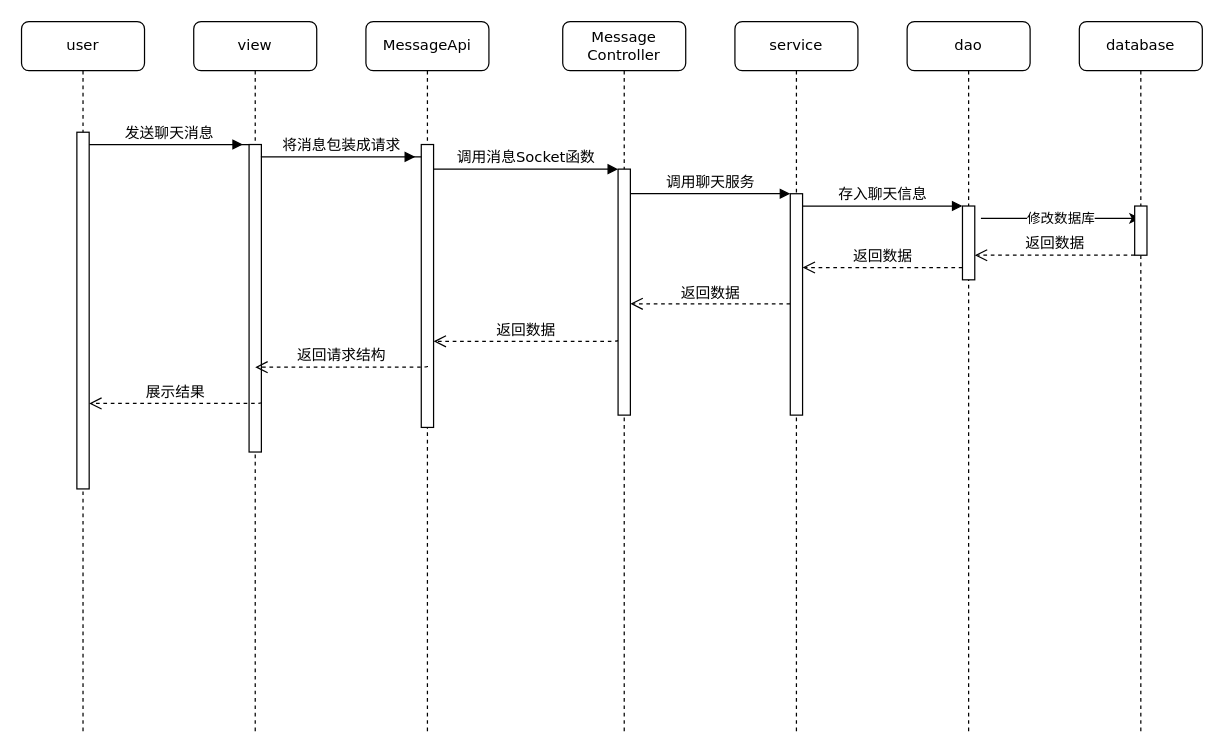
Before: 毕业设计CQUPT/聊天时序图.drawio in myjdml/drowio, a draw.io diagram. Source tidied: cells renumbered, new cells numbered last; positions are measured from the earlier drawing's top-left corner, leaving out a move shared by most shapes. Both pictures are drawn from the tidied source at 123%, with x=0, y=0 at pixel (21, 21).
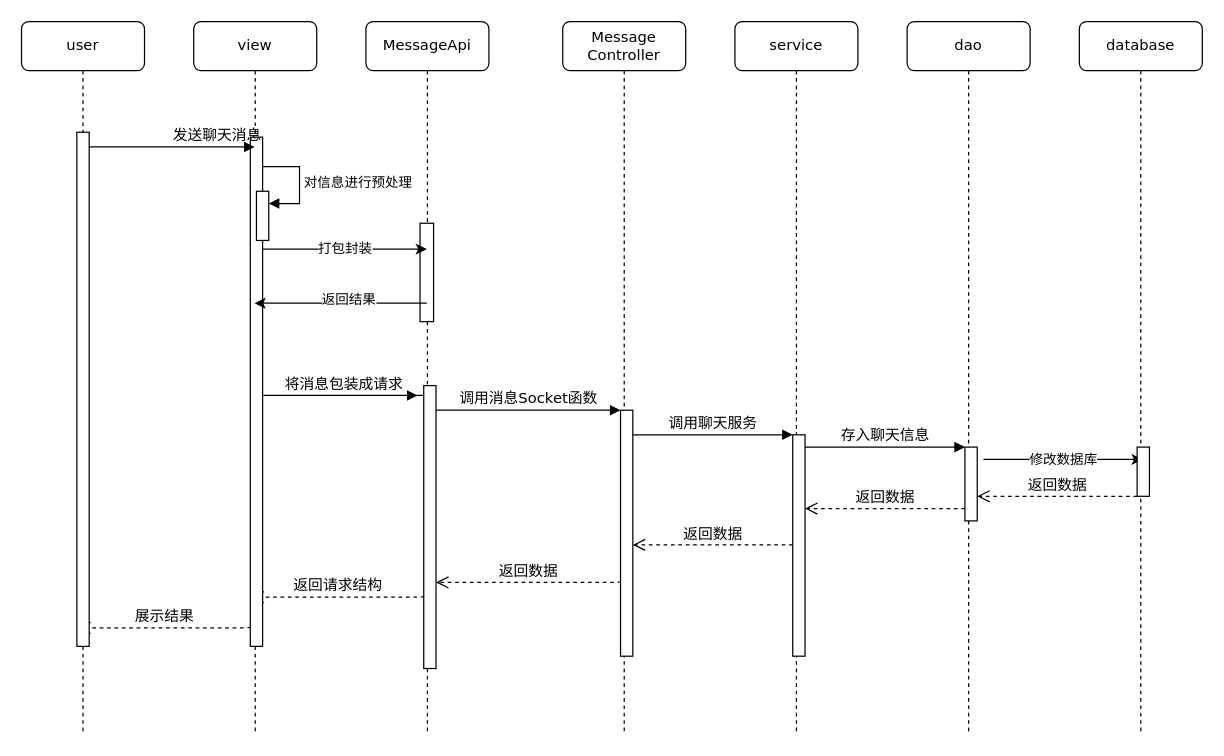
The same diagram, later.

Commit message:
更新聊天时序图.drawio

The change refers to these unchanged cells:
```xml
<mxCell id="2" value="MessageApi" style="shape=umlLifeline;perimeter=lifelinePerimeter;whiteSpace=wrap;html=1;outlineConnect=0;rounded=1;shadow=0;comic=0;labelBackgroundColor=none;strokeWidth=1;fontFamily=Verdana;fontSize=12;align=center;" parent="1" vertex="1">
  <mxGeometry x="280" width="100" height="580" as="geometry" />
</mxCell>
<mxCell id="5" value="Message&lt;br&gt;Controller" style="shape=umlLifeline;perimeter=lifelinePerimeter;whiteSpace=wrap;html=1;rounded=1;shadow=0;comic=0;labelBackgroundColor=none;strokeWidth=1;fontFamily=Verdana;fontSize=12;align=center;" parent="1" vertex="1">
  <mxGeometry x="440" width="100" height="580" as="geometry" />
</mxCell>
<mxCell id="8" value="service" style="shape=umlLifeline;perimeter=lifelinePerimeter;whiteSpace=wrap;html=1;rounded=1;shadow=0;comic=0;labelBackgroundColor=none;strokeWidth=1;fontFamily=Verdana;fontSize=12;align=center;" parent="1" vertex="1">
  <mxGeometry x="580" width="100" height="580" as="geometry" />
</mxCell>
<mxCell id="10" value="dao" style="shape=umlLifeline;perimeter=lifelinePerimeter;whiteSpace=wrap;html=1;rounded=1;shadow=0;comic=0;labelBackgroundColor=none;strokeWidth=1;fontFamily=Verdana;fontSize=12;align=center;" parent="1" vertex="1">
  <mxGeometry x="720" width="100" height="580" as="geometry" />
</mxCell>
<mxCell id="13" value="database" style="shape=umlLifeline;perimeter=lifelinePerimeter;whiteSpace=wrap;html=1;outlineConnect=0;rounded=1;shadow=0;comic=0;labelBackgroundColor=none;strokeWidth=1;fontFamily=Verdana;fontSize=12;align=center;" parent="1" vertex="1">
  <mxGeometry x="860" width="100" height="580" as="geometry" />
</mxCell>
<mxCell id="15" value="view" style="shape=umlLifeline;perimeter=lifelinePerimeter;whiteSpace=wrap;html=1;outlineConnect=0;rounded=1;shadow=0;comic=0;labelBackgroundColor=none;strokeWidth=1;fontFamily=Verdana;fontSize=12;align=center;" parent="1" vertex="1">
  <mxGeometry x="140" width="100" height="580" as="geometry" />
</mxCell>
<mxCell id="25" value="user" style="shape=umlLifeline;perimeter=lifelinePerimeter;whiteSpace=wrap;html=1;outlineConnect=0;rounded=1;shadow=0;comic=0;labelBackgroundColor=none;strokeWidth=1;fontFamily=Verdana;fontSize=12;align=center;" parent="1" vertex="1">
  <mxGeometry width="100" height="580" as="geometry" />
</mxCell>
```

Change to the diagram source:
```diff
@@
     <mxCell id="3" style="html=1;points=[];perimeter=orthogonalPerimeter;rounded=0;shadow=0;comic=0;labelBackgroundColor=none;strokeWidth=1;fontFamily=Verdana;fontSize=12;align=center;" parent="2" vertex="1">
-      <mxGeometry x="45" y="100" width="10" height="230" as="geometry" />
+      <mxGeometry x="47" y="296" width="10" height="230" as="geometry" />
     </mxCell>
     <mxCell id="4" value="返回数据" style="html=1;verticalAlign=bottom;endArrow=open;dashed=1;endSize=8;labelBackgroundColor=none;fontFamily=Verdana;fontSize=12;edgeStyle=elbowEdgeStyle;elbow=vertical;exitX=0;exitY=0.695;exitDx=0;exitDy=0;exitPerimeter=0;" parent="2" edge="1" source="6">
       <mxGeometry relative="1" as="geometry">
-        <mxPoint x="55" y="260" as="targetPoint" />
+        <mxPoint x="57" y="456" as="targetPoint" />
         <Array as="points">
-          <mxPoint x="160" y="260" />
+          <mxPoint x="162" y="456" />
         </Array>
       </mxGeometry>
     </mxCell>
+    <mxCell id="17" value="将消息包装成请求" style="html=1;verticalAlign=bottom;endArrow=block;labelBackgroundColor=none;fontFamily=Verdana;fontSize=12;edgeStyle=elbowEdgeStyle;elbow=vertical;" parent="2" edge="1">
+      <mxGeometry x="0.55" relative="1" as="geometry">
+        <mxPoint x="47" y="304" as="sourcePoint" />
+        <mxPoint x="42" y="304" as="targetPoint" />
+        <Array as="points">
+          <mxPoint x="-88" y="304" />
+        </Array>
+      </mxGeometry>
+    </mxCell>
+    <mxCell id="28" style="html=1;perimeter=orthogonalPerimeter;targetShapes=umlLifeline;newEdgeStyle={&quot;edgeStyle&quot;:&quot;elbowEdgeStyle&quot;,&quot;elbow&quot;:&quot;vertical&quot;,&quot;curved&quot;:0,&quot;rounded&quot;:0};" parent="2" vertex="1">
+      <mxGeometry x="44" y="164" width="11" height="80" as="geometry" />
+    </mxCell>
+    <mxCell id="18" value="返回请求结构" style="html=1;verticalAlign=bottom;endArrow=open;dashed=1;endSize=8;labelBackgroundColor=none;fontFamily=Verdana;fontSize=12;edgeStyle=elbowEdgeStyle;elbow=vertical;exitX=0;exitY=0.695;exitDx=0;exitDy=0;exitPerimeter=0;" parent="2" edge="1">
+      <mxGeometry relative="1" as="geometry">
+        <mxPoint x="47" y="467" as="sourcePoint" />
+        <mxPoint x="-93" y="468" as="targetPoint" />
+        <Array as="points">
+          <mxPoint x="2" y="468" />
+        </Array>
+      </mxGeometry>
+    </mxCell>
@@
     <mxCell id="6" style="html=1;points=[];perimeter=orthogonalPerimeter;rounded=0;shadow=0;comic=0;labelBackgroundColor=none;strokeWidth=1;fontFamily=Verdana;fontSize=12;align=center;" parent="5" vertex="1">
-      <mxGeometry x="45" y="120" width="10" height="200" as="geometry" />
+      <mxGeometry x="47" y="316" width="10" height="200" as="geometry" />
     </mxCell>
     <mxCell id="7" value="返回数据" style="html=1;verticalAlign=bottom;endArrow=open;dashed=1;endSize=8;labelBackgroundColor=none;fontFamily=Verdana;fontSize=12;edgeStyle=elbowEdgeStyle;elbow=vertical;" parent="5" edge="1">
       <mxGeometry relative="1" as="geometry">
-        <mxPoint x="185" y="229.5" as="sourcePoint" />
-        <mxPoint x="55" y="229.5" as="targetPoint" />
+        <mxPoint x="187" y="425.5" as="sourcePoint" />
+        <mxPoint x="57" y="425.5" as="targetPoint" />
         <Array as="points">
-          <mxPoint x="160" y="229.5" />
+          <mxPoint x="162" y="425.5" />
         </Array>
       </mxGeometry>
     </mxCell>
@@
     <mxCell id="9" value="返回数据" style="html=1;verticalAlign=bottom;endArrow=open;dashed=1;endSize=8;labelBackgroundColor=none;fontFamily=Verdana;fontSize=12;edgeStyle=elbowEdgeStyle;elbow=vertical;" parent="8" edge="1">
       <mxGeometry relative="1" as="geometry">
-        <mxPoint x="185" y="200" as="sourcePoint" />
-        <mxPoint x="55" y="200" as="targetPoint" />
+        <mxPoint x="187" y="396" as="sourcePoint" />
+        <mxPoint x="57" y="396" as="targetPoint" />
         <Array as="points">
-          <mxPoint x="160" y="200" />
+          <mxPoint x="162" y="396" />
         </Array>
       </mxGeometry>
     </mxCell>
@@
-    <mxCell id="11" value="修改数据库" style="endArrow=classic;html=1;rounded=0;" parent="10" edge="1" target="13">
+    <mxCell id="11" value="修改数据库" style="endArrow=classic;html=1;rounded=0;" parent="10" edge="1">
       <mxGeometry relative="1" as="geometry">
-        <mxPoint x="60" y="160" as="sourcePoint" />
+        <mxPoint x="62" y="356" as="sourcePoint" />
+        <mxPoint x="191.5" y="356" as="targetPoint" />
       </mxGeometry>
     </mxCell>
     <mxCell id="12" value="返回数据" style="html=1;verticalAlign=bottom;endArrow=open;dashed=1;endSize=8;labelBackgroundColor=none;fontFamily=Verdana;fontSize=12;edgeStyle=elbowEdgeStyle;elbow=vertical;" parent="10" edge="1">
       <mxGeometry relative="1" as="geometry">
-        <mxPoint x="185" y="190" as="sourcePoint" />
-        <mxPoint x="55" y="190" as="targetPoint" />
+        <mxPoint x="187" y="386" as="sourcePoint" />
+        <mxPoint x="57" y="386" as="targetPoint" />
         <Array as="points">
-          <mxPoint x="160" y="190" />
+          <mxPoint x="162" y="386" />
         </Array>
       </mxGeometry>
     </mxCell>
@@
     <mxCell id="14" style="html=1;perimeter=orthogonalPerimeter;targetShapes=umlLifeline;newEdgeStyle={&quot;edgeStyle&quot;:&quot;elbowEdgeStyle&quot;,&quot;elbow&quot;:&quot;vertical&quot;,&quot;curved&quot;:0,&quot;rounded&quot;:0};" parent="13" vertex="1">
-      <mxGeometry x="45" y="150" width="10" height="40" as="geometry" />
+      <mxGeometry x="47" y="346" width="10" height="40" as="geometry" />
     </mxCell>
@@
     <mxCell id="16" style="html=1;points=[];perimeter=orthogonalPerimeter;rounded=0;shadow=0;comic=0;labelBackgroundColor=none;strokeWidth=1;fontFamily=Verdana;fontSize=12;align=center;" parent="15" vertex="1">
-      <mxGeometry x="45" y="100" width="10" height="250" as="geometry" />
+      <mxGeometry x="46" y="94" width="10" height="414" as="geometry" />
     </mxCell>
-    <mxCell id="17" value="将消息包装成请求" style="html=1;verticalAlign=bottom;endArrow=block;labelBackgroundColor=none;fontFamily=Verdana;fontSize=12;edgeStyle=elbowEdgeStyle;elbow=vertical;" parent="15" edge="1">
-      <mxGeometry x="0.55" relative="1" as="geometry">
-        <mxPoint x="185" y="110" as="sourcePoint" />
-        <mxPoint x="180" y="110" as="targetPoint" />
-        <Array as="points">
-          <mxPoint x="50" y="110" />
-        </Array>
-      </mxGeometry>
-    </mxCell>
-    <mxCell id="18" value="返回请求结构" style="html=1;verticalAlign=bottom;endArrow=open;dashed=1;endSize=8;labelBackgroundColor=none;fontFamily=Verdana;fontSize=12;edgeStyle=elbowEdgeStyle;elbow=vertical;exitX=0;exitY=0.695;exitDx=0;exitDy=0;exitPerimeter=0;" parent="15" edge="1">
-      <mxGeometry relative="1" as="geometry">
-        <mxPoint x="190" y="280" as="sourcePoint" />
-        <mxPoint x="50" y="281" as="targetPoint" />
-        <Array as="points">
-          <mxPoint x="145" y="281" />
-        </Array>
-      </mxGeometry>
-    </mxCell>
+    <mxCell id="29" style="html=1;points=[];perimeter=orthogonalPerimeter;outlineConnect=0;targetShapes=umlLifeline;portConstraint=eastwest;newEdgeStyle={&quot;edgeStyle&quot;:&quot;elbowEdgeStyle&quot;,&quot;elbow&quot;:&quot;vertical&quot;,&quot;curved&quot;:0,&quot;rounded&quot;:0};" parent="15" vertex="1">
+      <mxGeometry x="51" y="138" width="10" height="40" as="geometry" />
+    </mxCell>
+    <mxCell id="30" value="对信息进行预处理" style="html=1;align=left;spacingLeft=2;endArrow=block;rounded=0;edgeStyle=orthogonalEdgeStyle;curved=0;rounded=0;" parent="15" edge="1" target="29">
+      <mxGeometry relative="1" as="geometry">
+        <mxPoint x="56" y="118" as="sourcePoint" />
+        <Array as="points">
+          <mxPoint x="86" y="148" />
+        </Array>
+      </mxGeometry>
+    </mxCell>
+    <mxCell id="27" value="展示结果" style="html=1;verticalAlign=bottom;endArrow=open;dashed=1;endSize=8;labelBackgroundColor=none;fontFamily=Verdana;fontSize=12;edgeStyle=elbowEdgeStyle;elbow=vertical;exitX=0;exitY=0.695;exitDx=0;exitDy=0;exitPerimeter=0;" parent="15" edge="1">
+      <mxGeometry relative="1" as="geometry">
+        <mxPoint x="46" y="492" as="sourcePoint" />
+        <mxPoint x="-94" y="493" as="targetPoint" />
+        <Array as="points">
+          <mxPoint x="1" y="493" />
+        </Array>
+      </mxGeometry>
+    </mxCell>
     <mxCell id="19" style="html=1;points=[];perimeter=orthogonalPerimeter;rounded=0;shadow=0;comic=0;labelBackgroundColor=none;strokeWidth=1;fontFamily=Verdana;fontSize=12;align=center;" parent="1" vertex="1">
-      <mxGeometry x="625" y="140" width="10" height="180" as="geometry" />
+      <mxGeometry x="627" y="336" width="10" height="180" as="geometry" />
     </mxCell>
     <mxCell id="20" value="调用聊天服务" style="html=1;verticalAlign=bottom;endArrow=block;labelBackgroundColor=none;fontFamily=Verdana;fontSize=12;edgeStyle=elbowEdgeStyle;elbow=vertical;" parent="1" edge="1" source="6" target="19">
       <mxGeometry relative="1" as="geometry">
         <Array as="points">
-          <mxPoint x="500" y="140" />
+          <mxPoint x="502" y="336" />
         </Array>
       </mxGeometry>
     </mxCell>
     <mxCell id="21" style="html=1;points=[];perimeter=orthogonalPerimeter;rounded=0;shadow=0;comic=0;labelBackgroundColor=none;strokeWidth=1;fontFamily=Verdana;fontSize=12;align=center;" parent="1" vertex="1">
-      <mxGeometry x="765" y="150" width="10" height="60" as="geometry" />
+      <mxGeometry x="767" y="346" width="10" height="60" as="geometry" />
     </mxCell>
@@
-    <mxCell id="23" value="发送聊天消息" style="html=1;verticalAlign=bottom;endArrow=block;labelBackgroundColor=none;fontFamily=Verdana;fontSize=12;edgeStyle=elbowEdgeStyle;elbow=vertical;" parent="1" edge="1" source="16">
+    <mxCell id="23" value="发送聊天消息" style="html=1;verticalAlign=bottom;endArrow=block;labelBackgroundColor=none;fontFamily=Verdana;fontSize=12;edgeStyle=elbowEdgeStyle;elbow=vertical;" parent="1" edge="1" source="25" target="15">
       <mxGeometry x="0.55" relative="1" as="geometry">
-        <mxPoint x="180" y="100" as="targetPoint" />
         <Array as="points">
+          <mxPoint x="123" y="102" />
+          <mxPoint x="111" y="234" />
           <mxPoint x="50" y="100" />
         </Array>
       </mxGeometry>
     </mxCell>
@@
     <mxCell id="26" style="html=1;perimeter=orthogonalPerimeter;rounded=0;shadow=0;comic=0;labelBackgroundColor=none;strokeWidth=1;fontFamily=Verdana;fontSize=12;align=center;" parent="25" vertex="1">
-      <mxGeometry x="45" y="90" width="10" height="290" as="geometry" />
+      <mxGeometry x="45" y="90" width="10" height="418" as="geometry" />
     </mxCell>
-    <mxCell id="27" value="展示结果" style="html=1;verticalAlign=bottom;endArrow=open;dashed=1;endSize=8;labelBackgroundColor=none;fontFamily=Verdana;fontSize=12;edgeStyle=elbowEdgeStyle;elbow=vertical;exitX=0;exitY=0.695;exitDx=0;exitDy=0;exitPerimeter=0;" parent="25" edge="1">
-      <mxGeometry relative="1" as="geometry">
-        <mxPoint x="195" y="309.5" as="sourcePoint" />
-        <mxPoint x="55" y="310.5" as="targetPoint" />
-        <Array as="points">
-          <mxPoint x="150" y="310.5" />
-        </Array>
-      </mxGeometry>
-    </mxCell>
+    <mxCell id="31" value="打包封装" style="endArrow=classic;html=1;rounded=0;" parent="1" edge="1" source="16" target="2">
+      <mxGeometry relative="1" as="geometry">
+        <Array as="points">
+          <mxPoint x="239" y="185" />
+        </Array>
+      </mxGeometry>
+    </mxCell>
+    <mxCell id="32" style="endArrow=classic;html=1;rounded=0;" parent="1" edge="1" source="2" target="15">
+      <mxGeometry relative="1" as="geometry">
+        <Array as="points">
+          <mxPoint x="293" y="229" />
+        </Array>
+      </mxGeometry>
+    </mxCell>
+    <mxCell id="33" value="返回结果" style="edgeLabel;html=1;align=center;verticalAlign=middle;" parent="32" vertex="1">
+      <mxGeometry x="-0.09" y="-4" relative="1" as="geometry" />
+    </mxCell>
```
